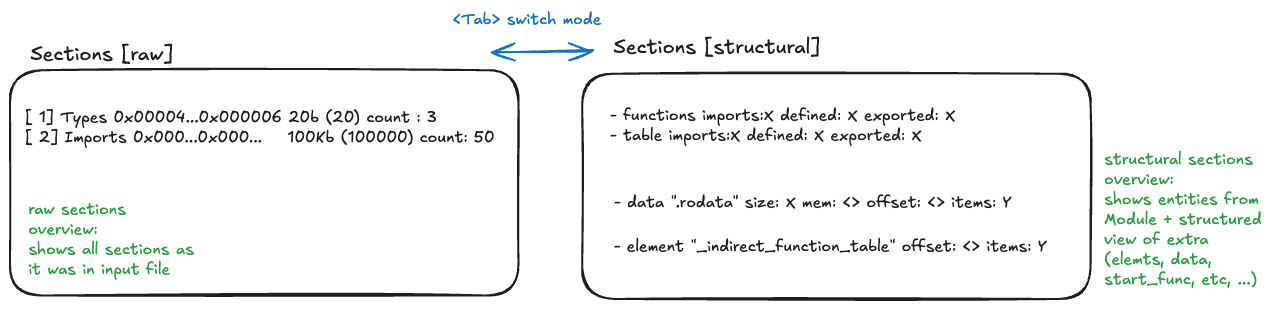
vldm/wamex keeps this Excalidraw diagram as crates/wamex-inspect/tui-screens.excalidraw.png. Above is the earlier version. Source tidied: one line per element, renumbered; positions are measured from the earlier drawing's top-left corner, leaving out a move shared by most shapes. Its diagram source:
```json
{"id": 0, "type": "rectangle", "strokeColor": "#1e1e1e", "strokeWidth": 2, "roughness": 1, "round": true, "x": 0, "y": 60, "width": 508, "height": 225}
{"id": 1, "type": "text", "text": "Sections [raw]", "strokeColor": "#1e1e1e", "strokeWidth": 2, "roughness": 1, "fontSize": 20, "fontFamily": 5, "x": 20, "y": 33, "width": 143, "height": 25}
{"id": 2, "type": "text", "text": "[ 1] Types 0x00004...0x000006 20b (20) count : 3\n[ 2] Imports 0x000...0x000...    100Kb (100000) count: 50", "strokeColor": "#1e1e1e", "strokeWidth": 2, "roughness": 1, "fontSize": 16, "fontFamily": 5, "x": 15, "y": 98, "width": 470, "height": 40}
{"id": 3, "type": "rectangle", "strokeColor": "#1e1e1e", "strokeWidth": 2, "roughness": 1, "round": true, "x": 572, "y": 64, "width": 508, "height": 225}
{"id": 4, "type": "text", "text": "raw sections\noverview:\nshows all sections as\nit was in input file", "strokeColor": "#2f9e44", "strokeWidth": 2, "roughness": 1, "fontSize": 16, "fontFamily": 5, "x": 18, "y": 190, "width": 168, "height": 80}
{"id": 5, "type": "text", "text": "Sections [structural]", "strokeColor": "#1e1e1e", "strokeWidth": 2, "roughness": 1, "fontSize": 20, "fontFamily": 5, "x": 603, "y": 25, "width": 207, "height": 25}
{"id": 6, "type": "arrow", "strokeColor": "#1971c2", "strokeWidth": 2, "roughness": 1, "startArrowhead": "arrow", "endArrowhead": "arrow", "round": true, "from": 0, "to": 3, "x": 482, "y": 41, "width": 101, "height": 1, "points": [[0, 0], [101, -1]]}
{"id": 7, "type": "text", "text": "<Tab> switch mode", "strokeColor": "#1971c2", "strokeWidth": 2, "roughness": 1, "fontSize": 16, "fontFamily": 5, "x": 442, "y": 0, "width": 149, "height": 20}
{"id": 8, "type": "text", "text": "- functions imports:X defined: X exported: X\n- table imports:X defined: X exported: X", "strokeColor": "#1e1e1e", "strokeWidth": 2, "roughness": 1, "fontSize": 16, "fontFamily": 5, "x": 600, "y": 96, "width": 345, "height": 40}
{"id": 9, "type": "text", "text": "- data \".rodata\" size: X mem: <> offset: <> items: Y", "strokeColor": "#1e1e1e", "strokeWidth": 2, "roughness": 1, "fontSize": 16, "fontFamily": 5, "x": 604, "y": 183, "width": 397, "height": 20}
{"id": 10, "type": "text", "text": "- element \"_indirect_function_table\" offset: <> items: Y", "strokeColor": "#1e1e1e", "strokeWidth": 2, "roughness": 1, "fontSize": 16, "fontFamily": 5, "x": 604, "y": 227, "width": 433, "height": 20}
{"id": 11, "type": "text", "text": "structural sections\noverview:\nshows entities from\nModule + structured\nview of extra\n(elemts, data,\nstart_func, etc, ...)", "strokeColor": "#2f9e44", "strokeWidth": 2, "roughness": 1, "fontSize": 16, "fontFamily": 5, "x": 1094, "y": 140, "width": 168, "height": 140}
```
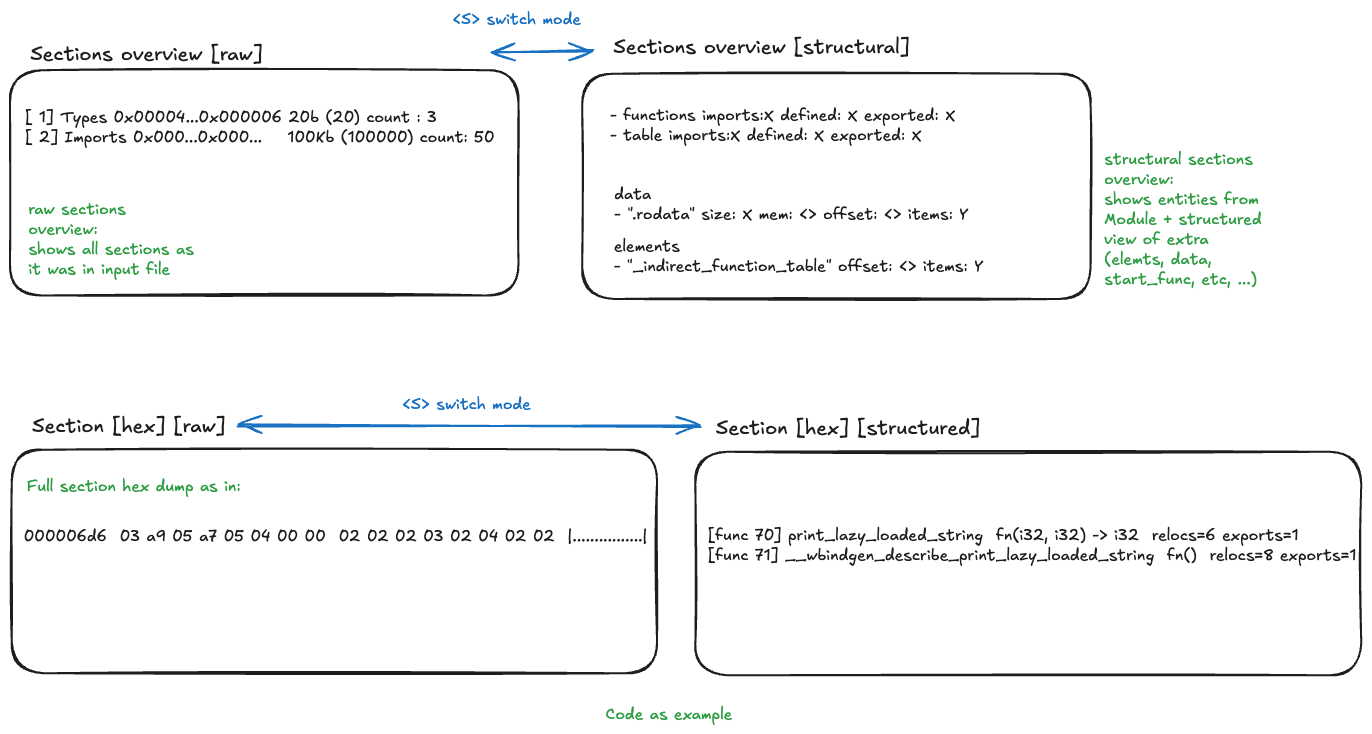
The same file after the commit.

Commit message:
Feat(inspect): add structured sections overvew.

Diff of the diagram source:
```diff
@@ -1,12 +1,22 @@
 {"id": 0, "type": "rectangle", "strokeColor": "#1e1e1e", "strokeWidth": 2, "roughness": 1, "round": true, "x": 0, "y": 60, "width": 508, "height": 225}
-{"id": 1, "type": "text", "text": "Sections [raw]", "strokeColor": "#1e1e1e", "strokeWidth": 2, "roughness": 1, "fontSize": 20, "fontFamily": 5, "x": 20, "y": 33, "width": 143, "height": 25}
+{"id": 1, "type": "text", "text": "Sections overview [raw]", "strokeColor": "#1e1e1e", "strokeWidth": 2, "roughness": 1, "fontSize": 20, "fontFamily": 5, "x": 20, "y": 33, "width": 232, "height": 25}
 {"id": 2, "type": "text", "text": "[ 1] Types 0x00004...0x000006 20b (20) count : 3\n[ 2] Imports 0x000...0x000...    100Kb (100000) count: 50", "strokeColor": "#1e1e1e", "strokeWidth": 2, "roughness": 1, "fontSize": 16, "fontFamily": 5, "x": 15, "y": 98, "width": 470, "height": 40}
 {"id": 3, "type": "rectangle", "strokeColor": "#1e1e1e", "strokeWidth": 2, "roughness": 1, "round": true, "x": 572, "y": 64, "width": 508, "height": 225}
 {"id": 4, "type": "text", "text": "raw sections\noverview:\nshows all sections as\nit was in input file", "strokeColor": "#2f9e44", "strokeWidth": 2, "roughness": 1, "fontSize": 16, "fontFamily": 5, "x": 18, "y": 190, "width": 168, "height": 80}
-{"id": 5, "type": "text", "text": "Sections [structural]", "strokeColor": "#1e1e1e", "strokeWidth": 2, "roughness": 1, "fontSize": 20, "fontFamily": 5, "x": 603, "y": 25, "width": 207, "height": 25}
+{"id": 5, "type": "text", "text": "Sections overview [structural]", "strokeColor": "#1e1e1e", "strokeWidth": 2, "roughness": 1, "fontSize": 20, "fontFamily": 5, "x": 603, "y": 25, "width": 296, "height": 25}
 {"id": 6, "type": "arrow", "strokeColor": "#1971c2", "strokeWidth": 2, "roughness": 1, "startArrowhead": "arrow", "endArrowhead": "arrow", "round": true, "from": 0, "to": 3, "x": 482, "y": 41, "width": 101, "height": 1, "points": [[0, 0], [101, -1]]}
-{"id": 7, "type": "text", "text": "<Tab> switch mode", "strokeColor": "#1971c2", "strokeWidth": 2, "roughness": 1, "fontSize": 16, "fontFamily": 5, "x": 442, "y": 0, "width": 149, "height": 20}
+{"id": 7, "type": "text", "text": "<S> switch mode", "strokeColor": "#1971c2", "strokeWidth": 2, "roughness": 1, "fontSize": 16, "fontFamily": 5, "x": 442, "y": 0, "width": 128, "height": 20}
 {"id": 8, "type": "text", "text": "- functions imports:X defined: X exported: X\n- table imports:X defined: X exported: X", "strokeColor": "#1e1e1e", "strokeWidth": 2, "roughness": 1, "fontSize": 16, "fontFamily": 5, "x": 600, "y": 96, "width": 345, "height": 40}
-{"id": 9, "type": "text", "text": "- data \".rodata\" size: X mem: <> offset: <> items: Y", "strokeColor": "#1e1e1e", "strokeWidth": 2, "roughness": 1, "fontSize": 16, "fontFamily": 5, "x": 604, "y": 183, "width": 397, "height": 20}
+{"id": 9, "type": "text", "text": "data \n- \".rodata\" size: X mem: <> offset: <> items: Y", "strokeColor": "#1e1e1e", "strokeWidth": 2, "roughness": 1, "fontSize": 16, "fontFamily": 5, "x": 604, "y": 175, "width": 354, "height": 40}
-{"id": 10, "type": "text", "text": "- element \"_indirect_function_table\" offset: <> items: Y", "strokeColor": "#1e1e1e", "strokeWidth": 2, "roughness": 1, "fontSize": 16, "fontFamily": 5, "x": 604, "y": 227, "width": 433, "height": 20}
+{"id": 10, "type": "text", "text": "elements \n- \"_indirect_function_table\" offset: <> items: Y", "strokeColor": "#1e1e1e", "strokeWidth": 2, "roughness": 1, "fontSize": 16, "fontFamily": 5, "x": 604, "y": 227, "width": 369, "height": 40}
 {"id": 11, "type": "text", "text": "structural sections\noverview:\nshows entities from\nModule + structured\nview of extra\n(elemts, data,\nstart_func, etc, ...)", "strokeColor": "#2f9e44", "strokeWidth": 2, "roughness": 1, "fontSize": 16, "fontFamily": 5, "x": 1094, "y": 140, "width": 168, "height": 140}
+{"id": 12, "type": "rectangle", "strokeColor": "#1e1e1e", "strokeWidth": 2, "roughness": 1, "round": true, "x": 2, "y": 440, "width": 645, "height": 224}
+{"id": 13, "type": "text", "text": "Section [hex] [raw]", "strokeColor": "#1e1e1e", "strokeWidth": 2, "roughness": 1, "fontSize": 20, "fontFamily": 5, "x": 22, "y": 404, "width": 193, "height": 25}
+{"id": 14, "type": "text", "text": "000006d6  03 a9 05 a7 05 04 00 00  02 02 02 03 02 04 02 02  |................|", "strokeColor": "#1e1e1e", "strokeWidth": 2, "roughness": 1, "fontSize": 16, "fontFamily": 5, "x": 14, "y": 516, "width": 624, "height": 20}
+{"id": 15, "type": "text", "text": "Full section hex dump as in:", "strokeColor": "#2f9e44", "strokeWidth": 2, "roughness": 1, "fontSize": 16, "fontFamily": 5, "x": 17, "y": 467, "width": 214, "height": 20}
+{"id": 16, "type": "rectangle", "strokeColor": "#1e1e1e", "strokeWidth": 2, "roughness": 1, "round": true, "x": 685, "y": 442, "width": 666, "height": 224}
+{"id": 17, "type": "text", "text": "Section [hex] [structured]", "strokeColor": "#1e1e1e", "strokeWidth": 2, "roughness": 1, "fontSize": 20, "fontFamily": 5, "x": 706, "y": 406, "width": 264, "height": 25}
+{"id": 18, "type": "text", "text": "[func 70] print_lazy_loaded_string  fn(i32, i32) -> i32  relocs=6 exports=1\n[func 71] __wbindgen_describe_print_lazy_loaded_string  fn()  relocs=8 exports=1 ", "strokeColor": "#1e1e1e", "strokeWidth": 2, "roughness": 1, "fontSize": 16, "fontFamily": 5, "x": 698, "y": 516, "width": 655, "height": 40}
+{"id": 19, "type": "text", "text": "Code as example", "strokeColor": "#2f9e44", "strokeWidth": 2, "roughness": 1, "fontSize": 16, "fontFamily": 5, "x": 595, "y": 694, "width": 137, "height": 20}
+{"id": 20, "type": "arrow", "strokeColor": "#1971c2", "strokeWidth": 2, "roughness": 1, "startArrowhead": "arrow", "endArrowhead": "arrow", "round": true, "from": 13, "to": 17, "x": 227, "y": 415, "width": 463, "height": 1, "points": [[0, 0], [463, 1]]}
+{"id": 21, "type": "text", "text": "<S> switch mode", "strokeColor": "#1971c2", "strokeWidth": 2, "roughness": 1, "fontSize": 16, "fontFamily": 5, "x": 392, "y": 385, "width": 156, "height": 20}
```
